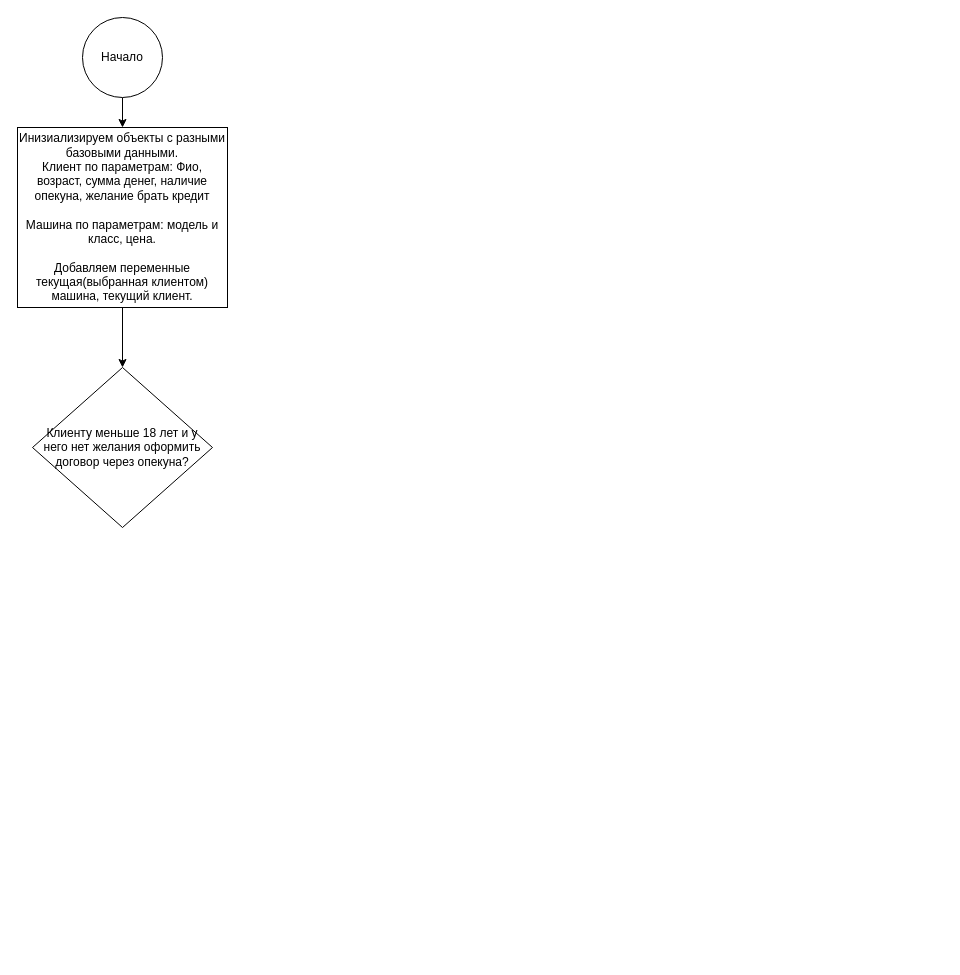
Earlier version of the draw.io diagram Untitled Diagram.drawio (AlexandrinaPD/MyDZLec5JavaLang_2). Source tidied: cells renumbered, new cells numbered last; positions are measured from the earlier drawing's top-left corner, leaving out a move shared by most shapes. Both pictures are drawn from the tidied source at 100%, with x=0, y=0 at pixel (17, 17).
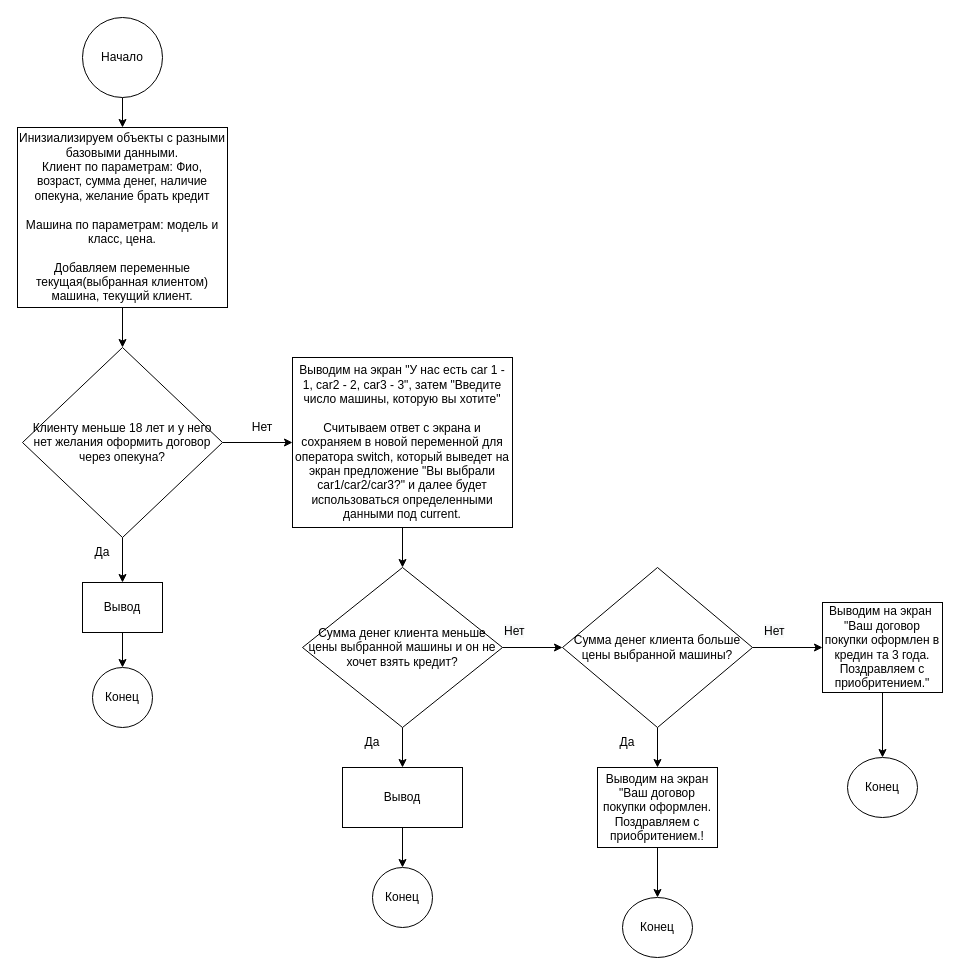
Above is the later version.

What changed in the source:
```diff
@@
+    <mxCell id="7" style="edgeStyle=orthogonalEdgeStyle;rounded=0;jettySize=auto;html=1;" parent="1" edge="1" source="6" target="10">
+      <mxGeometry relative="1" as="geometry" />
+    </mxCell>
+    <mxCell id="8" style="edgeStyle=orthogonalEdgeStyle;rounded=0;jettySize=auto;html=1;" parent="1" edge="1" source="6" target="14">
+      <mxGeometry relative="1" as="geometry" />
+    </mxCell>
     <mxCell id="6" value="Клиенту меньше 18 лет и у него нет желания оформить договор через опекуна?" style="rhombus;whiteSpace=wrap;html=1;" parent="1" vertex="1">
-      <mxGeometry x="15" y="350" width="180" height="160" as="geometry" />
+      <mxGeometry x="5" y="330" width="200" height="190" as="geometry" />
     </mxCell>
+    <mxCell id="9" style="edgeStyle=orthogonalEdgeStyle;rounded=0;jettySize=auto;html=1;" parent="1" edge="1" source="10" target="11">
+      <mxGeometry relative="1" as="geometry" />
+    </mxCell>
+    <mxCell id="10" value="Вывод" style="whiteSpace=wrap;html=1;" parent="1" vertex="1">
+      <mxGeometry x="65" y="565" width="80" height="50" as="geometry" />
+    </mxCell>
+    <mxCell id="11" value="Конец" style="ellipse;whiteSpace=wrap;html=1;" parent="1" vertex="1">
+      <mxGeometry x="75" y="650" width="60" height="60" as="geometry" />
+    </mxCell>
+    <mxCell id="12" value="Да" style="text;html=1;strokeColor=none;fillColor=none;align=center;verticalAlign=middle;whiteSpace=wrap;rounded=0;" parent="1" vertex="1">
+      <mxGeometry x="55" y="520" width="60" height="30" as="geometry" />
+    </mxCell>
+    <mxCell id="13" style="edgeStyle=orthogonalEdgeStyle;rounded=0;jettySize=auto;html=1;fontColor=#000000;" parent="1" edge="1" source="14" target="18">
+      <mxGeometry relative="1" as="geometry" />
+    </mxCell>
+    <mxCell id="14" value="Выводим на экран &quot;У нас есть car 1 - 1, car2 - 2, car3 - 3&quot;, затем &quot;Введите число машины, которую вы хотите&quot;&lt;br&gt;&lt;br&gt;Считываем ответ с экрана и сохраняем в новой переменной для оператора switch, который выведет на экран предложение &quot;Вы выбрали car1/car2/car3?&quot; и далее будет использоваться определенными данными под current." style="whiteSpace=wrap;html=1;" parent="1" vertex="1">
+      <mxGeometry x="275" y="340" width="220" height="170" as="geometry" />
+    </mxCell>
+    <mxCell id="15" value="Нет" style="text;html=1;strokeColor=none;fillColor=none;align=center;verticalAlign=middle;whiteSpace=wrap;rounded=0;" parent="1" vertex="1">
+      <mxGeometry x="215" y="395" width="60" height="30" as="geometry" />
+    </mxCell>
+    <mxCell id="16" style="edgeStyle=orthogonalEdgeStyle;rounded=0;jettySize=auto;html=1;fontColor=#000000;" parent="1" edge="1" source="18" target="20">
+      <mxGeometry relative="1" as="geometry" />
+    </mxCell>
+    <mxCell id="17" style="edgeStyle=orthogonalEdgeStyle;rounded=0;jettySize=auto;html=1;fontColor=#000000;" parent="1" edge="1" source="18" target="26">
+      <mxGeometry relative="1" as="geometry" />
+    </mxCell>
+    <mxCell id="18" value="Сумма денег клиента меньше цены выбранной машины и он не хочет взять кредит?" style="rhombus;whiteSpace=wrap;html=1;direction=south;" parent="1" vertex="1">
+      <mxGeometry x="285" y="550" width="200" height="160" as="geometry" />
+    </mxCell>
+    <mxCell id="19" style="edgeStyle=orthogonalEdgeStyle;rounded=0;jettySize=auto;html=1;fontColor=#000000;" parent="1" edge="1" source="20" target="21">
+      <mxGeometry relative="1" as="geometry" />
+    </mxCell>
+    <mxCell id="20" value="Вывод" style="whiteSpace=wrap;html=1;" parent="1" vertex="1">
+      <mxGeometry x="325" y="750" width="120" height="60" as="geometry" />
+    </mxCell>
+    <mxCell id="21" value="Конец" style="ellipse;whiteSpace=wrap;html=1;" parent="1" vertex="1">
+      <mxGeometry x="355" y="850" width="60" height="60" as="geometry" />
+    </mxCell>
+    <mxCell id="22" value="Да" style="text;html=1;strokeColor=none;fillColor=none;align=center;verticalAlign=middle;whiteSpace=wrap;rounded=0;" parent="1" vertex="1">
+      <mxGeometry x="325" y="710" width="60" height="30" as="geometry" />
+    </mxCell>
+    <mxCell id="23" value="&lt;span style=&quot;color: rgb(0, 0, 0); font-family: helvetica; font-size: 12px; font-style: normal; font-weight: 400; letter-spacing: normal; text-align: center; text-indent: 0px; text-transform: none; word-spacing: 0px; background-color: rgb(248, 249, 250); display: inline; float: none;&quot;&gt;Нет&lt;/span&gt;" style="text;whiteSpace=wrap;html=1;fontColor=#000000;" parent="1" vertex="1">
+      <mxGeometry x="485" y="600" width="50" height="30" as="geometry" />
+    </mxCell>
+    <mxCell id="24" style="edgeStyle=orthogonalEdgeStyle;rounded=0;jettySize=auto;html=1;fontColor=#000000;" parent="1" edge="1" source="26" target="28">
+      <mxGeometry relative="1" as="geometry" />
+    </mxCell>
+    <mxCell id="25" style="edgeStyle=orthogonalEdgeStyle;rounded=0;jettySize=auto;html=1;fontColor=#000000;" parent="1" edge="1" source="26" target="30">
+      <mxGeometry relative="1" as="geometry" />
+    </mxCell>
+    <mxCell id="26" value="Сумма денег клиента больше цены выбранной машины?" style="rhombus;whiteSpace=wrap;html=1;" parent="1" vertex="1">
+      <mxGeometry x="545" y="550" width="190" height="160" as="geometry" />
+    </mxCell>
+    <mxCell id="27" style="edgeStyle=orthogonalEdgeStyle;rounded=0;jettySize=auto;html=1;fontColor=#000000;" parent="1" edge="1" source="28" target="34">
+      <mxGeometry relative="1" as="geometry" />
+    </mxCell>
+    <mxCell id="28" value="Выводим на экран&amp;nbsp;&lt;br&gt;&quot;Ваш договор покупки оформлен в кредин та 3 года. Поздравляем с приобритением.&quot;" style="whiteSpace=wrap;html=1;" parent="1" vertex="1">
+      <mxGeometry x="805" y="585" width="120" height="90" as="geometry" />
+    </mxCell>
+    <mxCell id="29" style="edgeStyle=orthogonalEdgeStyle;rounded=0;jettySize=auto;html=1;fontColor=#000000;" parent="1" edge="1" source="30" target="31">
+      <mxGeometry relative="1" as="geometry" />
+    </mxCell>
+    <mxCell id="30" value="Выводим на экран &quot;Ваш договор покупки оформлен. Поздравляем с приобритением.!" style="whiteSpace=wrap;html=1;" parent="1" vertex="1">
+      <mxGeometry x="580" y="750" width="120" height="80" as="geometry" />
+    </mxCell>
+    <mxCell id="31" value="Конец" style="ellipse;whiteSpace=wrap;html=1;" parent="1" vertex="1">
+      <mxGeometry x="605" y="880" width="70" height="60" as="geometry" />
+    </mxCell>
+    <mxCell id="32" value="Да" style="text;html=1;strokeColor=none;fillColor=none;align=center;verticalAlign=middle;whiteSpace=wrap;rounded=0;" parent="1" vertex="1">
+      <mxGeometry x="580" y="710" width="60" height="30" as="geometry" />
+    </mxCell>
+    <mxCell id="33" value="&lt;span style=&quot;color: rgb(0, 0, 0); font-family: helvetica; font-size: 12px; font-style: normal; font-weight: 400; letter-spacing: normal; text-align: center; text-indent: 0px; text-transform: none; word-spacing: 0px; background-color: rgb(248, 249, 250); display: inline; float: none;&quot;&gt;Нет&lt;/span&gt;" style="text;whiteSpace=wrap;html=1;fontColor=#000000;" parent="1" vertex="1">
+      <mxGeometry x="745" y="600" width="50" height="30" as="geometry" />
+    </mxCell>
+    <mxCell id="34" value="Конец" style="ellipse;whiteSpace=wrap;html=1;" parent="1" vertex="1">
+      <mxGeometry x="830" y="740" width="70" height="60" as="geometry" />
+    </mxCell>
```
